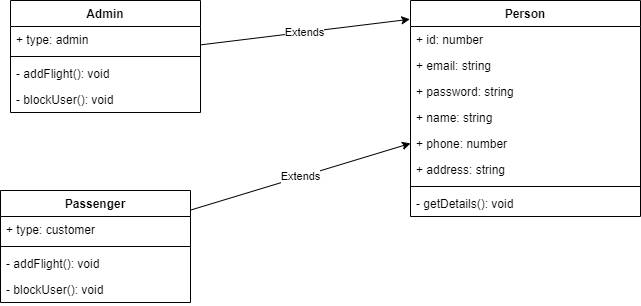
Above: Java Core 11/AirlineReservationSystem.drawio.drawio.png in Ayu-Github07/Assignments (draw.io), before the change. Source tidied: cells renumbered, new cells last; positions are measured from the earlier drawing's top-left corner, leaving out a move shared by most shapes.
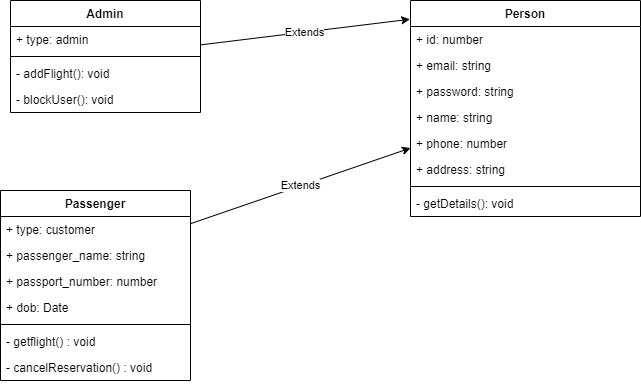
After the commit.

The edit, as a diff of the source:
```diff
@@ -48,19 +48,28 @@
       <mxGeometry relative="1" as="geometry" />
     </mxCell>
     <mxCell id="17" value="Passenger" style="swimlane;fontStyle=1;align=center;verticalAlign=top;horizontal=1;startSize=26;" parent="1" vertex="1">
-      <mxGeometry y="190" width="190" height="112" as="geometry" />
+      <mxGeometry y="190" width="190" height="190" as="geometry" />
     </mxCell>
     <mxCell id="18" value="+ type: customer" style="text;strokeColor=none;fillColor=none;align=left;verticalAlign=top;spacingLeft=4;spacingRight=4;overflow=hidden;" parent="17" vertex="1">
       <mxGeometry y="26" width="190" height="26" as="geometry" />
     </mxCell>
+    <mxCell id="23" value="+ passenger_name: string" style="text;strokeColor=none;fillColor=none;align=left;verticalAlign=top;spacingLeft=4;spacingRight=4;overflow=hidden;" parent="17" vertex="1">
+      <mxGeometry y="52" width="190" height="26" as="geometry" />
+    </mxCell>
+    <mxCell id="24" value="+ passport_number: number" style="text;strokeColor=none;fillColor=none;align=left;verticalAlign=top;spacingLeft=4;spacingRight=4;overflow=hidden;" parent="17" vertex="1">
+      <mxGeometry y="78" width="190" height="26" as="geometry" />
+    </mxCell>
+    <mxCell id="25" value="+ dob: Date" style="text;strokeColor=none;fillColor=none;align=left;verticalAlign=top;spacingLeft=4;spacingRight=4;overflow=hidden;" parent="17" vertex="1">
+      <mxGeometry y="104" width="190" height="26" as="geometry" />
+    </mxCell>
     <mxCell id="19" style="line;strokeWidth=1;fillColor=none;align=left;verticalAlign=middle;spacingTop=-1;spacingLeft=3;spacingRight=3;labelPosition=right;" parent="17" vertex="1">
-      <mxGeometry y="52" width="190" height="8" as="geometry" />
+      <mxGeometry y="130" width="190" height="8" as="geometry" />
     </mxCell>
-    <mxCell id="20" value="- addFlight(): void" style="text;strokeColor=none;fillColor=none;align=left;verticalAlign=top;spacingLeft=4;spacingRight=4;overflow=hidden;" parent="17" vertex="1">
-      <mxGeometry y="60" width="190" height="26" as="geometry" />
+    <mxCell id="20" value="- getflight() : void" style="text;strokeColor=none;fillColor=none;align=left;verticalAlign=top;spacingLeft=4;spacingRight=4;overflow=hidden;" parent="17" vertex="1">
+      <mxGeometry y="138" width="190" height="26" as="geometry" />
     </mxCell>
-    <mxCell id="21" value="- blockUser(): void" style="text;strokeColor=none;fillColor=none;align=left;verticalAlign=top;spacingLeft=4;spacingRight=4;overflow=hidden;" parent="17" vertex="1">
-      <mxGeometry y="86" width="190" height="26" as="geometry" />
+    <mxCell id="21" value="- cancelReservation() : void" style="text;strokeColor=none;fillColor=none;align=left;verticalAlign=top;spacingLeft=4;spacingRight=4;overflow=hidden;" parent="17" vertex="1">
+      <mxGeometry y="164" width="190" height="26" as="geometry" />
     </mxCell>
     <mxCell id="22" value="Extends" style="endArrow=classic;html=1;rounded=0;exitX=1.002;exitY=0.174;exitDx=0;exitDy=0;exitPerimeter=0;" parent="1" edge="1" source="17" target="2">
       <mxGeometry relative="1" as="geometry" />
```
